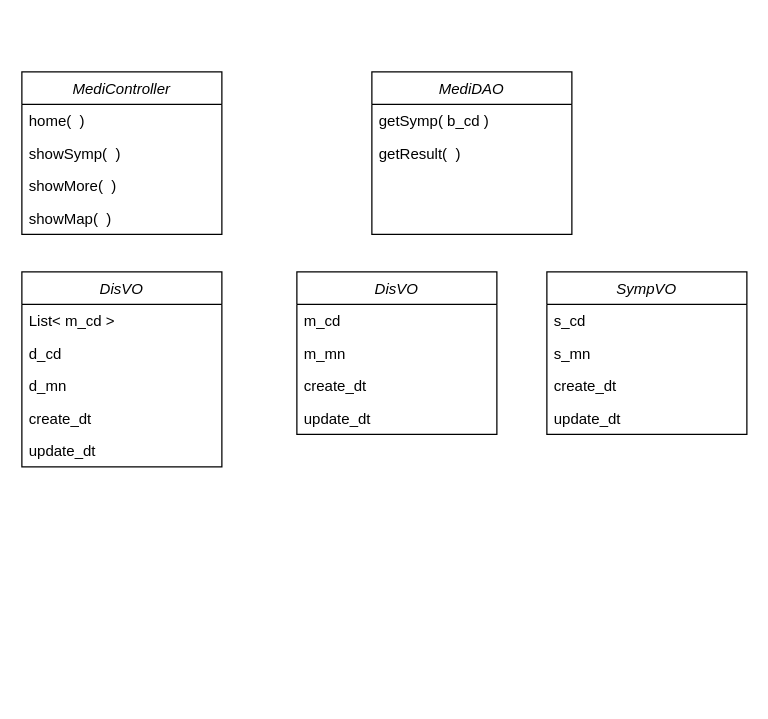
The draw.io diagram Medinote_Medi_ClassDiagram.drawio in byunmj24/MyStudy, before the edit. Source tidied: cells renumbered, new cells numbered last; positions are measured from the earlier drawing's top-left corner, leaving out a move shared by most shapes. Both pictures are drawn from the tidied source at 125%, with x=0, y=0 at pixel (21, 71).
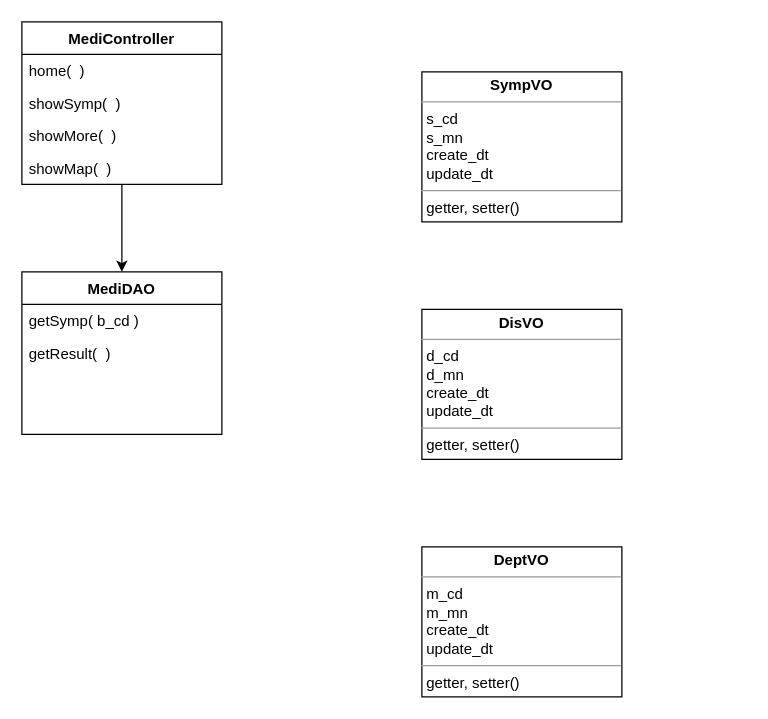
After the change.

Unchanged cells that the change refers to:
```xml
<mxCell id="6" value="showMap(  )" style="text;align=left;verticalAlign=top;spacingLeft=4;spacingRight=4;overflow=hidden;points=[[0,0.5],[1,0.5]];portConstraint=eastwest;" parent="2" vertex="1">
  <mxGeometry y="104" width="160" height="26" as="geometry" />
</mxCell>
```

Diff of the diagram source:
```diff
@@
+    <mxCell id="26" style="edgeStyle=orthogonalEdgeStyle;rounded=0;jettySize=auto;html=1;exitX=0.5;exitY=1;exitDx=0;exitDy=0;entryX=0.5;entryY=0;entryDx=0;entryDy=0;exitPerimeter=0;" parent="1" edge="1" source="6" target="7">
+      <mxGeometry relative="1" as="geometry" />
+    </mxCell>
-    <mxCell id="2" value="MediController" style="swimlane;fontStyle=2;align=center;verticalAlign=top;horizontal=1;startSize=26;rounded=0;shadow=0;strokeWidth=1;" parent="1" vertex="1">
-      <mxGeometry width="160" height="130" as="geometry" />
+    <mxCell id="2" value="MediController" style="swimlane;fontStyle=1;align=center;verticalAlign=top;horizontal=1;startSize=26;rounded=0;shadow=0;strokeWidth=1;" parent="1" vertex="1">
+      <mxGeometry y="-40" width="160" height="130" as="geometry" />
     </mxCell>
@@
-    <mxCell id="7" value="MediDAO" style="swimlane;fontStyle=2;align=center;verticalAlign=top;horizontal=1;startSize=26;rounded=0;shadow=0;strokeWidth=1;" parent="1" vertex="1">
-      <mxGeometry x="280" width="160" height="130" as="geometry" />
+    <mxCell id="7" value="MediDAO" style="swimlane;fontStyle=1;align=center;verticalAlign=top;horizontal=1;startSize=26;rounded=0;shadow=0;strokeWidth=1;" parent="1" vertex="1">
+      <mxGeometry y="160" width="160" height="130" as="geometry" />
     </mxCell>
@@
-    <mxCell id="10" value="DisVO" style="swimlane;fontStyle=2;align=center;verticalAlign=top;horizontal=1;startSize=26;rounded=0;shadow=0;strokeWidth=1;" parent="1" vertex="1">
-      <mxGeometry y="160" width="160" height="156" as="geometry" />
-    </mxCell>
-    <mxCell id="11" value="List&lt; m_cd &gt;" style="text;align=left;verticalAlign=top;spacingLeft=4;spacingRight=4;overflow=hidden;" parent="10" vertex="1">
-      <mxGeometry y="26" width="160" height="26" as="geometry" />
-    </mxCell>
-    <mxCell id="12" value="d_cd" style="text;align=left;verticalAlign=top;spacingLeft=4;spacingRight=4;overflow=hidden;rounded=0;shadow=0;html=0;" parent="10" vertex="1">
-      <mxGeometry y="52" width="160" height="26" as="geometry" />
-    </mxCell>
-    <mxCell id="13" value="d_mn" style="text;align=left;verticalAlign=top;spacingLeft=4;spacingRight=4;overflow=hidden;" parent="10" vertex="1">
-      <mxGeometry y="78" width="160" height="26" as="geometry" />
-    </mxCell>
-    <mxCell id="14" value="create_dt" style="text;align=left;verticalAlign=top;spacingLeft=4;spacingRight=4;overflow=hidden;" parent="10" vertex="1">
-      <mxGeometry y="104" width="160" height="26" as="geometry" />
-    </mxCell>
-    <mxCell id="15" value="update_dt" style="text;align=left;verticalAlign=top;spacingLeft=4;spacingRight=4;overflow=hidden;" parent="10" vertex="1">
-      <mxGeometry y="130" width="160" height="26" as="geometry" />
-    </mxCell>
-    <mxCell id="16" value="DisVO" style="swimlane;fontStyle=2;align=center;verticalAlign=top;horizontal=1;startSize=26;rounded=0;shadow=0;strokeWidth=1;" parent="1" vertex="1">
-      <mxGeometry x="220" y="160" width="160" height="130" as="geometry" />
-    </mxCell>
-    <mxCell id="17" value="m_cd" style="text;align=left;verticalAlign=top;spacingLeft=4;spacingRight=4;overflow=hidden;rounded=0;shadow=0;html=0;" parent="16" vertex="1">
-      <mxGeometry y="26" width="160" height="26" as="geometry" />
-    </mxCell>
-    <mxCell id="18" value="m_mn" style="text;align=left;verticalAlign=top;spacingLeft=4;spacingRight=4;overflow=hidden;" parent="16" vertex="1">
-      <mxGeometry y="52" width="160" height="26" as="geometry" />
-    </mxCell>
-    <mxCell id="19" value="create_dt" style="text;align=left;verticalAlign=top;spacingLeft=4;spacingRight=4;overflow=hidden;" parent="16" vertex="1">
-      <mxGeometry y="78" width="160" height="26" as="geometry" />
-    </mxCell>
-    <mxCell id="20" value="update_dt" style="text;align=left;verticalAlign=top;spacingLeft=4;spacingRight=4;overflow=hidden;" parent="16" vertex="1">
-      <mxGeometry y="104" width="160" height="26" as="geometry" />
-    </mxCell>
-    <mxCell id="21" value="SympVO" style="swimlane;fontStyle=2;align=center;verticalAlign=top;horizontal=1;startSize=26;rounded=0;shadow=0;strokeWidth=1;" parent="1" vertex="1">
-      <mxGeometry x="420" y="160" width="160" height="130" as="geometry" />
-    </mxCell>
-    <mxCell id="22" value="s_cd" style="text;align=left;verticalAlign=top;spacingLeft=4;spacingRight=4;overflow=hidden;rounded=0;shadow=0;html=0;" parent="21" vertex="1">
-      <mxGeometry y="26" width="160" height="26" as="geometry" />
-    </mxCell>
-    <mxCell id="23" value="s_mn" style="text;align=left;verticalAlign=top;spacingLeft=4;spacingRight=4;overflow=hidden;" parent="21" vertex="1">
-      <mxGeometry y="52" width="160" height="26" as="geometry" />
-    </mxCell>
-    <mxCell id="24" value="create_dt" style="text;align=left;verticalAlign=top;spacingLeft=4;spacingRight=4;overflow=hidden;" parent="21" vertex="1">
-      <mxGeometry y="78" width="160" height="26" as="geometry" />
-    </mxCell>
-    <mxCell id="25" value="update_dt" style="text;align=left;verticalAlign=top;spacingLeft=4;spacingRight=4;overflow=hidden;" parent="21" vertex="1">
-      <mxGeometry y="104" width="160" height="26" as="geometry" />
-    </mxCell>
+    <mxCell id="27" value="&lt;p style=&quot;margin: 0px ; margin-top: 4px ; text-align: center&quot;&gt;&lt;b&gt;SympVO&lt;/b&gt;&lt;/p&gt;&lt;hr size=&quot;1&quot;&gt;&lt;p style=&quot;margin: 0px ; margin-left: 4px&quot;&gt;&lt;span&gt;s_cd&lt;/span&gt;&lt;br&gt;&lt;/p&gt;&lt;p style=&quot;margin: 0px ; margin-left: 4px&quot;&gt;s_mn&lt;/p&gt;&lt;p style=&quot;margin: 0px ; margin-left: 4px&quot;&gt;create_dt&lt;/p&gt;&lt;p style=&quot;margin: 0px ; margin-left: 4px&quot;&gt;update_dt&lt;/p&gt;&lt;hr size=&quot;1&quot;&gt;&lt;p style=&quot;margin: 0px ; margin-left: 4px&quot;&gt;&lt;span&gt;getter, setter()&lt;/span&gt;&lt;br&gt;&lt;/p&gt;" style="verticalAlign=top;align=left;overflow=fill;fontSize=12;fontFamily=Helvetica;html=1;" parent="1" vertex="1">
+      <mxGeometry x="320" width="160" height="120" as="geometry" />
+    </mxCell>
+    <mxCell id="28" value="&lt;p style=&quot;margin: 0px ; margin-top: 4px ; text-align: center&quot;&gt;&lt;b&gt;DisVO&lt;/b&gt;&lt;/p&gt;&lt;hr size=&quot;1&quot;&gt;&lt;p style=&quot;margin: 0px ; margin-left: 4px&quot;&gt;&lt;span&gt;d_cd&lt;/span&gt;&lt;br&gt;&lt;/p&gt;&lt;p style=&quot;margin: 0px ; margin-left: 4px&quot;&gt;d_mn&lt;/p&gt;&lt;p style=&quot;margin: 0px ; margin-left: 4px&quot;&gt;create_dt&lt;/p&gt;&lt;p style=&quot;margin: 0px ; margin-left: 4px&quot;&gt;update_dt&lt;/p&gt;&lt;hr size=&quot;1&quot;&gt;&lt;p style=&quot;margin: 0px ; margin-left: 4px&quot;&gt;&lt;span&gt;getter, setter()&lt;/span&gt;&lt;br&gt;&lt;/p&gt;" style="verticalAlign=top;align=left;overflow=fill;fontSize=12;fontFamily=Helvetica;html=1;" parent="1" vertex="1">
+      <mxGeometry x="320" y="190" width="160" height="120" as="geometry" />
+    </mxCell>
+    <mxCell id="29" value="&lt;p style=&quot;margin: 0px ; margin-top: 4px ; text-align: center&quot;&gt;&lt;b&gt;DeptVO&lt;/b&gt;&lt;/p&gt;&lt;hr size=&quot;1&quot;&gt;&lt;p style=&quot;margin: 0px ; margin-left: 4px&quot;&gt;&lt;span&gt;m_cd&lt;/span&gt;&lt;br&gt;&lt;/p&gt;&lt;p style=&quot;margin: 0px ; margin-left: 4px&quot;&gt;m_mn&lt;/p&gt;&lt;p style=&quot;margin: 0px ; margin-left: 4px&quot;&gt;create_dt&lt;/p&gt;&lt;p style=&quot;margin: 0px ; margin-left: 4px&quot;&gt;update_dt&lt;/p&gt;&lt;hr size=&quot;1&quot;&gt;&lt;p style=&quot;margin: 0px ; margin-left: 4px&quot;&gt;&lt;span&gt;getter, setter()&lt;/span&gt;&lt;br&gt;&lt;/p&gt;" style="verticalAlign=top;align=left;overflow=fill;fontSize=12;fontFamily=Helvetica;html=1;" parent="1" vertex="1">
+      <mxGeometry x="320" y="380" width="160" height="120" as="geometry" />
+    </mxCell>
```
